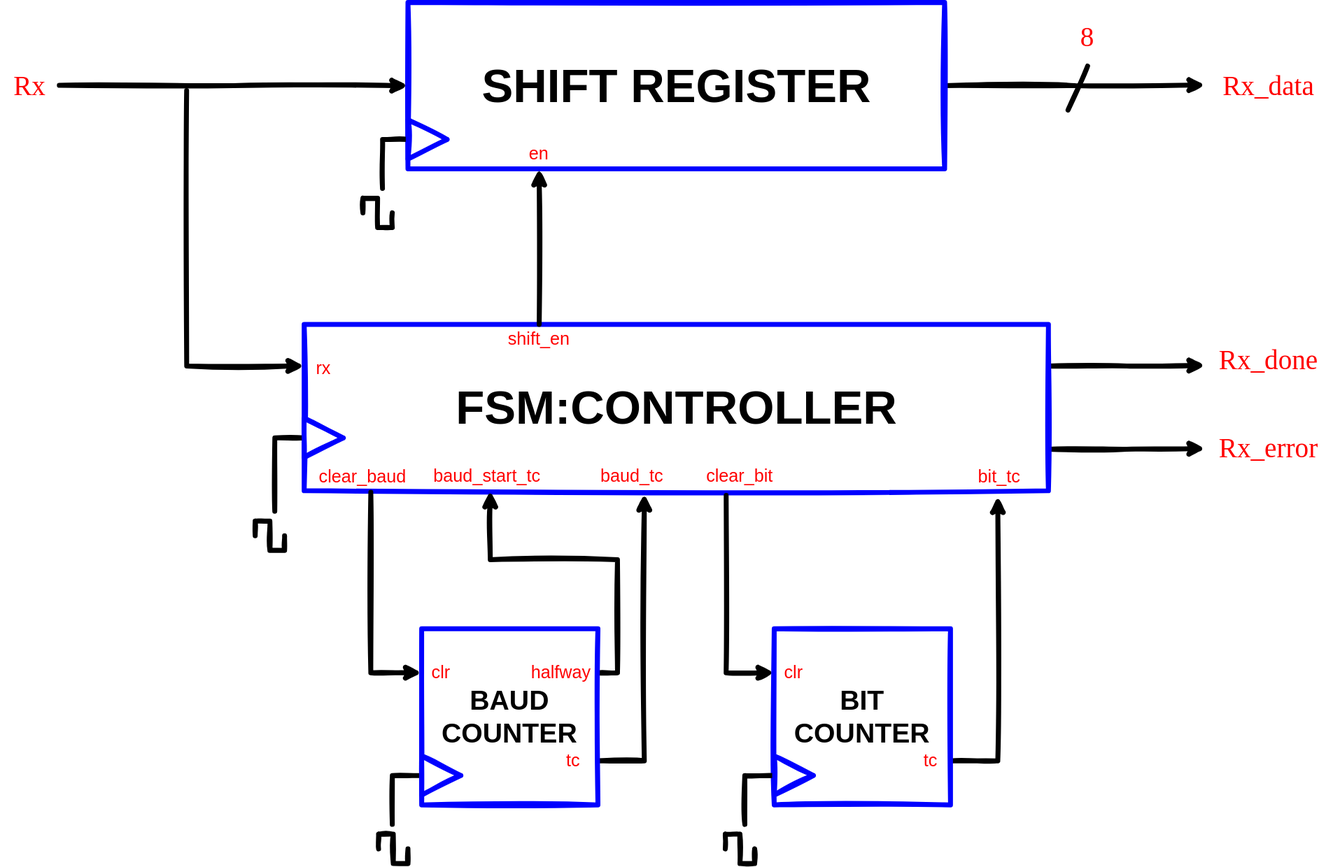
Before: diagrams/Receiver/Receiver RTL Design.drawio.svg, a diagram exported from draw.io (mubbie/es31-wordle). Source tidied: cells renumbered, new cells last; positions are measured from the earlier drawing's top-left corner, leaving out a move shared by most shapes.
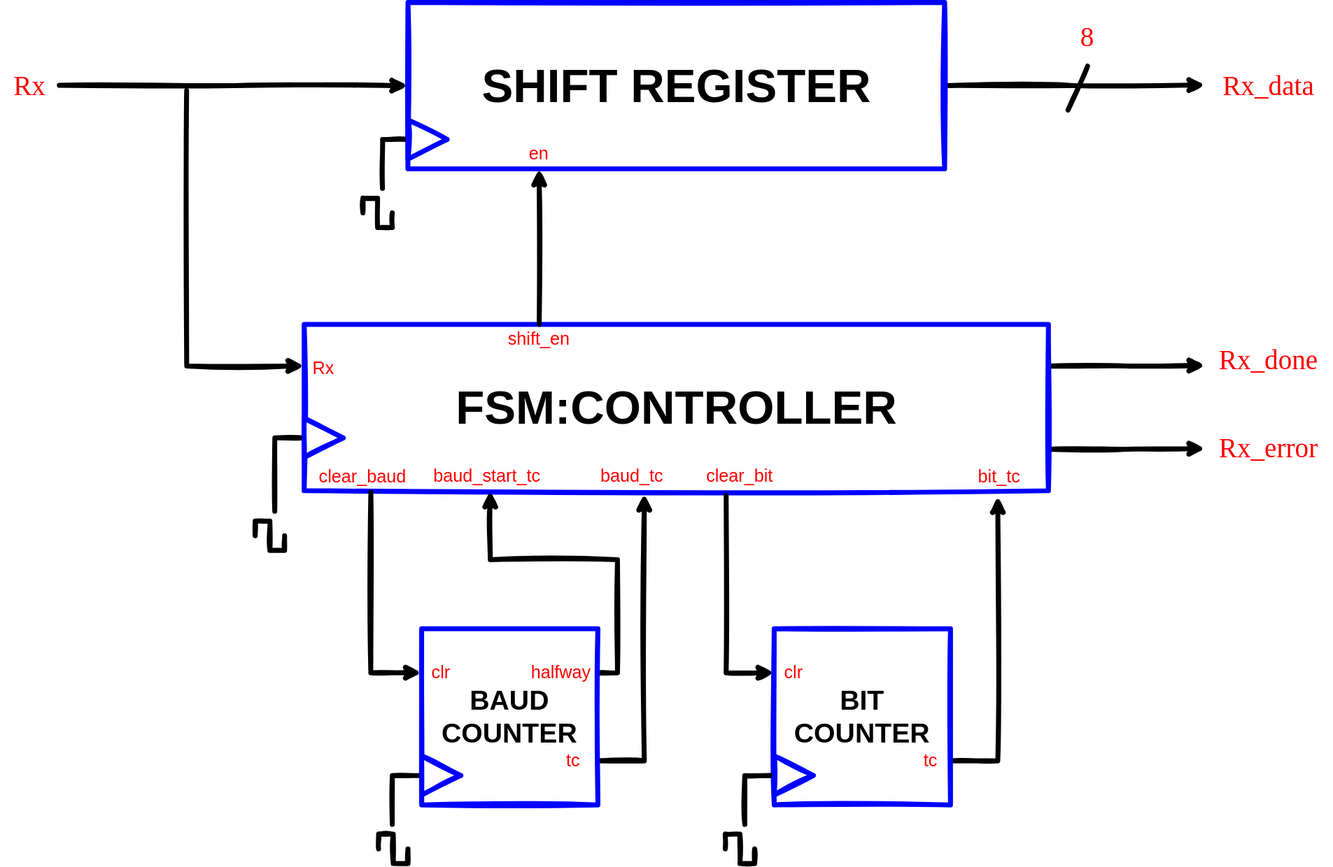
After the commit.

Diff of the diagram source:
```diff
@@ -179,7 +179,7 @@
     <mxCell id="50" value="&lt;font style=&quot;font-size: 18px;&quot;&gt;baud_start_tc&lt;/font&gt;" style="text;html=1;strokeColor=none;fillColor=none;align=center;verticalAlign=middle;whiteSpace=wrap;rounded=0;sketch=1;fontSize=16;fontColor=#FF0000;" parent="1" vertex="1">
       <mxGeometry x="440" y="469" width="114" height="30" as="geometry" />
     </mxCell>
-    <mxCell id="51" value="&lt;font style=&quot;font-size: 18px;&quot;&gt;rx&lt;/font&gt;" style="text;html=1;strokeColor=none;fillColor=none;align=center;verticalAlign=middle;whiteSpace=wrap;rounded=0;sketch=1;fontSize=16;fontColor=#FF0000;" parent="1" vertex="1">
+    <mxCell id="51" value="&lt;font style=&quot;font-size: 18px;&quot;&gt;Rx&lt;/font&gt;" style="text;html=1;strokeColor=none;fillColor=none;align=center;verticalAlign=middle;whiteSpace=wrap;rounded=0;sketch=1;fontSize=16;fontColor=#FF0000;" parent="1" vertex="1">
       <mxGeometry x="318" y="359" width="24" height="30" as="geometry" />
     </mxCell>
   </root>
```
